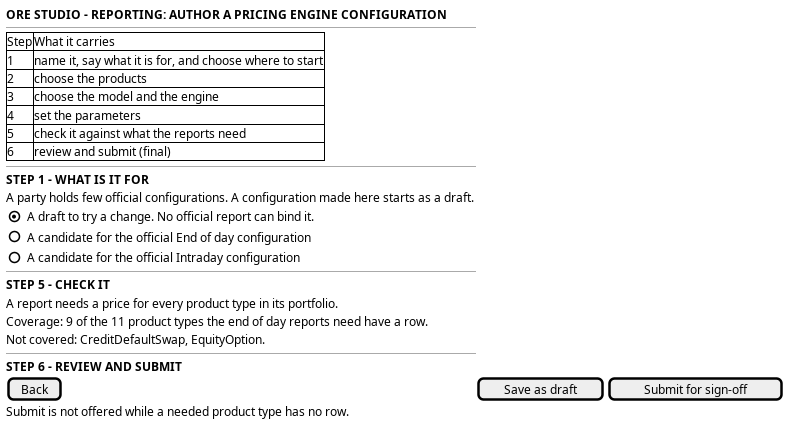
The PlantUML diagram doc/knowledge/journeys/reporting/wireframe_author_a_pricing_engine_configuration.png in OreStudio/OreStudio, before a commit. Its source is kept beside it as doc/knowledge/journeys/reporting/wireframe_author_a_pricing_engine_configuration.puml.
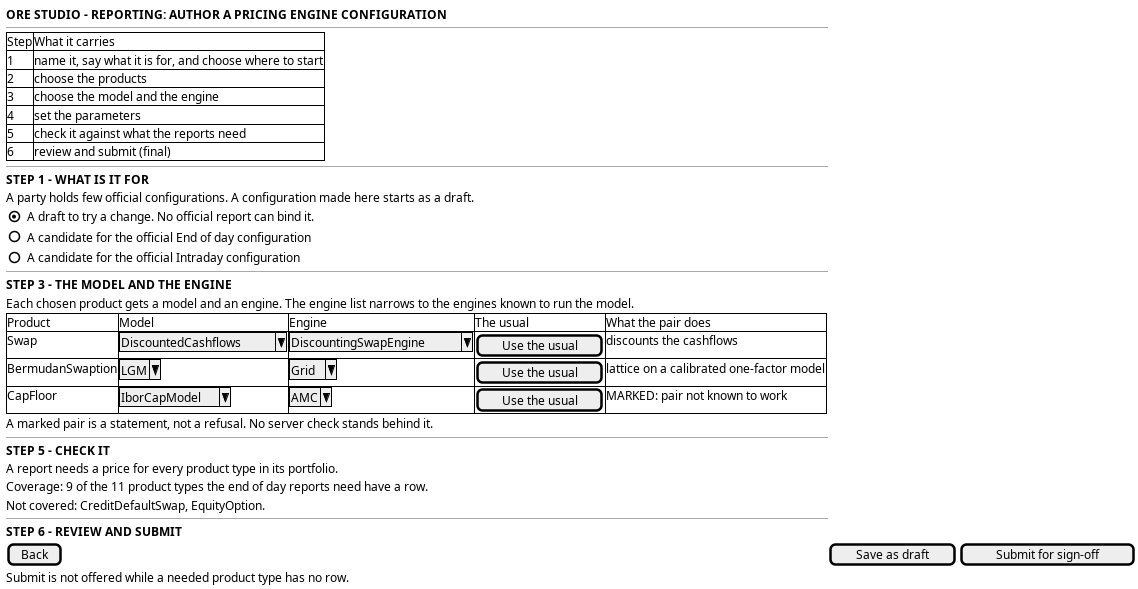
Later version of the same file.

Commit message:
[agile] Restore step 3 in the author wireframe

Change to the diagram source:
```diff
@@ -20,6 +20,16 @@
   { ( ) A candidate for the official End of day configuration }
   { ( ) A candidate for the official Intraday configuration }
   --
+  <b>STEP 3 - THE MODEL AND THE ENGINE</b>
+  Each chosen product gets a model and an engine. The engine list narrows to the engines known to run the model.
+  {#
+    Product | Model | Engine | The usual | What the pair does
+    Swap | ^DiscountedCashflows^ | ^DiscountingSwapEngine^ | [ Use the usual ] | discounts the cashflows
+    BermudanSwaption | ^LGM^ | ^Grid^ | [ Use the usual ] | lattice on a calibrated one-factor model
+    CapFloor | ^IborCapModel^ | ^AMC^ | [ Use the usual ] | MARKED: pair not known to work
+  }
+  A marked pair is a statement, not a refusal. No server check stands behind it.
+  --
   <b>STEP 5 - CHECK IT</b>
   A report needs a price for every product type in its portfolio.
   Coverage: 9 of the 11 product types the end of day reports need have a row.
```
